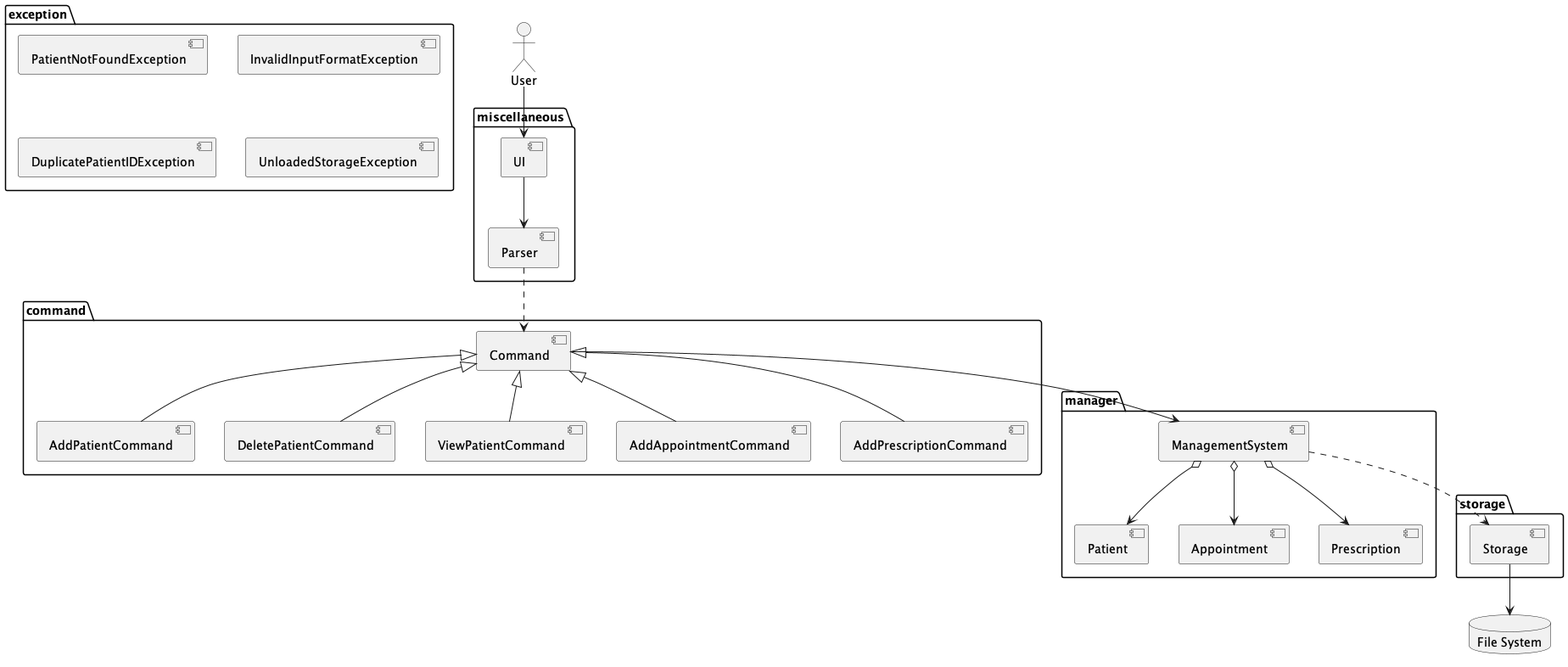
Above: docs/diagrams/ArchitectureDiagram.png in chwenyee/tp (PlantUML), before the change.
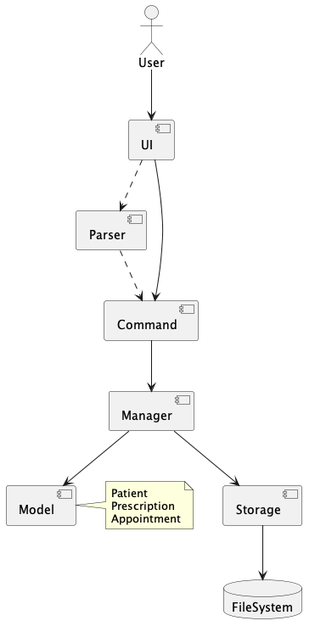
After the commit.

Commit message:
Fix component relationships in architecture diagram

Change to the diagram source:
```diff
@@ -1,55 +1,27 @@
 @startuml
 actor User
 
-package "miscellaneous" {
-  [UI]
-  [Parser]
-}
+component UI
+component Parser
+component Command
+component Manager
+component Model
+component Storage
+database FileSystem
 
-package "command" {
-  [AddPatientCommand]
-  [DeletePatientCommand]
-  [ViewPatientCommand]
-  [AddAppointmentCommand]
-  [AddPrescriptionCommand]
-  [Command]
-  [Command] <|-- [AddPatientCommand]
-  [Command] <|-- [DeletePatientCommand]
-  [Command] <|-- [ViewPatientCommand]
-  [Command] <|-- [AddAppointmentCommand]
-  [Command] <|-- [AddPrescriptionCommand]
-}
+note right of Model
+  Patient
+  Prescription
+  Appointment
+end note
 
-package "manager" {
-  [Patient]
-  [Appointment]
-  [Prescription]
-  [ManagementSystem]
-
-  [ManagementSystem] o--> [Patient]
-  [ManagementSystem] o--> [Appointment]
-  [ManagementSystem] o--> [Prescription]
-}
-
-package "storage" {
-  [Storage]
-}
-
-package "exception" {
-  [PatientNotFoundException]
-  [InvalidInputFormatException]
-  [DuplicatePatientIDException]
-  [UnloadedStorageException]
-}
-
-database "File System" as filesystem
-
-User --> [UI]
-[UI] --> [Parser]
-[Parser] ..> [Command]
-[Command] --> [ManagementSystem]
-
-[ManagementSystem] ..> [Storage]
-[Storage] --> filesystem
+User --> UI
+UI ..> Parser
+Parser ..> Command
+Command --> Manager
+Manager --> Model
+Manager --> Storage
+UI --> Command
+Storage --> FileSystem
 
 @enduml
```
